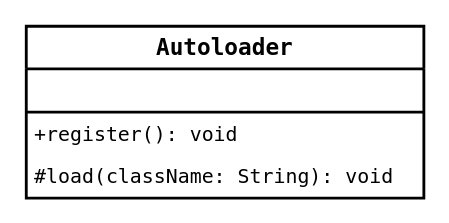
This is page "autoloader" (2 of 2) of docs/uml/PHPeacock.drawio from AntoineToPHPin/PHPeacock, a draw.io file, before an edit. Source tidied: cells renumbered, new cells numbered last; positions are measured from the earlier drawing's top-left corner, leaving out a move shared by most shapes. Both pictures are drawn from the tidied source at 142%, with x=0, y=0 at pixel (26, 26).
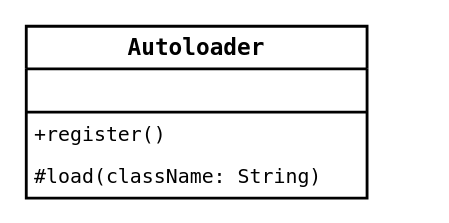
The same diagram, later.

The edit, as a diff of the source:
```diff
@@
 <mxGraphModel>
   <root>
     <mxCell id="0" />
     <mxCell id="1" parent="0" />
     <mxCell id="2" value="&lt;span&gt;Autoloader&lt;/span&gt;" style="swimlane;fontStyle=1;align=center;verticalAlign=middle;horizontal=1;startSize=30;fontSize=16;fontFamily=Lucida Console;strokeWidth=2;swimlaneLine=1;rounded=0;shadow=0;glass=0;swimlaneFillColor=none;fillColor=none;labelBackgroundColor=none;labelBorderColor=none;whiteSpace=wrap;html=1;noLabel=0;movableLabel=0;comic=0;" parent="1" vertex="1">
-      <mxGeometry width="280" height="121" as="geometry" />
+      <mxGeometry width="240" height="121" as="geometry" />
     </mxCell>
     <mxCell id="3" value="&amp;nbsp;" style="text;align=left;verticalAlign=middle;spacingLeft=4;spacingRight=4;overflow=hidden;fontSize=14;fontFamily=Lucida Console;whiteSpace=wrap;strokeWidth=2;html=1;labelBackgroundColor=none;" parent="2" vertex="1">
-      <mxGeometry y="30" width="280" height="30" as="geometry" />
+      <mxGeometry y="30" width="240" height="30" as="geometry" />
     </mxCell>
     <mxCell id="4" style="line;strokeWidth=2;fillColor=none;align=left;verticalAlign=middle;spacingTop=-1;spacingLeft=3;spacingRight=3;labelPosition=right;fontSize=11;html=1;" parent="2" vertex="1">
-      <mxGeometry y="60" width="280" height="1" as="geometry" />
+      <mxGeometry y="60" width="240" height="1" as="geometry" />
     </mxCell>
-    <mxCell id="5" value="+register(): void" style="text;strokeColor=none;fillColor=none;align=left;verticalAlign=middle;spacingLeft=4;spacingRight=4;overflow=hidden;fontSize=14;fontFamily=Lucida Console;whiteSpace=wrap;html=1;fontStyle=0;" parent="2" vertex="1">
-      <mxGeometry y="61" width="280" height="30" as="geometry" />
+    <mxCell id="5" value="+register()" style="text;strokeColor=none;fillColor=none;align=left;verticalAlign=middle;spacingLeft=4;spacingRight=4;overflow=hidden;fontSize=14;fontFamily=Lucida Console;whiteSpace=wrap;html=1;fontStyle=0;" parent="2" vertex="1">
+      <mxGeometry y="61" width="240" height="30" as="geometry" />
     </mxCell>
-    <mxCell id="6" value="#load(className: String): void" style="text;strokeColor=none;fillColor=none;align=left;verticalAlign=middle;spacingLeft=4;spacingRight=4;overflow=hidden;fontSize=14;fontFamily=Lucida Console;whiteSpace=wrap;html=1;fontStyle=0;" parent="2" vertex="1">
-      <mxGeometry y="91" width="280" height="30" as="geometry" />
+    <mxCell id="6" value="#load(className: String)" style="text;strokeColor=none;fillColor=none;align=left;verticalAlign=middle;spacingLeft=4;spacingRight=4;overflow=hidden;fontSize=14;fontFamily=Lucida Console;whiteSpace=wrap;html=1;fontStyle=0;" parent="2" vertex="1">
+      <mxGeometry y="91" width="240" height="30" as="geometry" />
     </mxCell>
   </root>
 </mxGraphModel>
```
